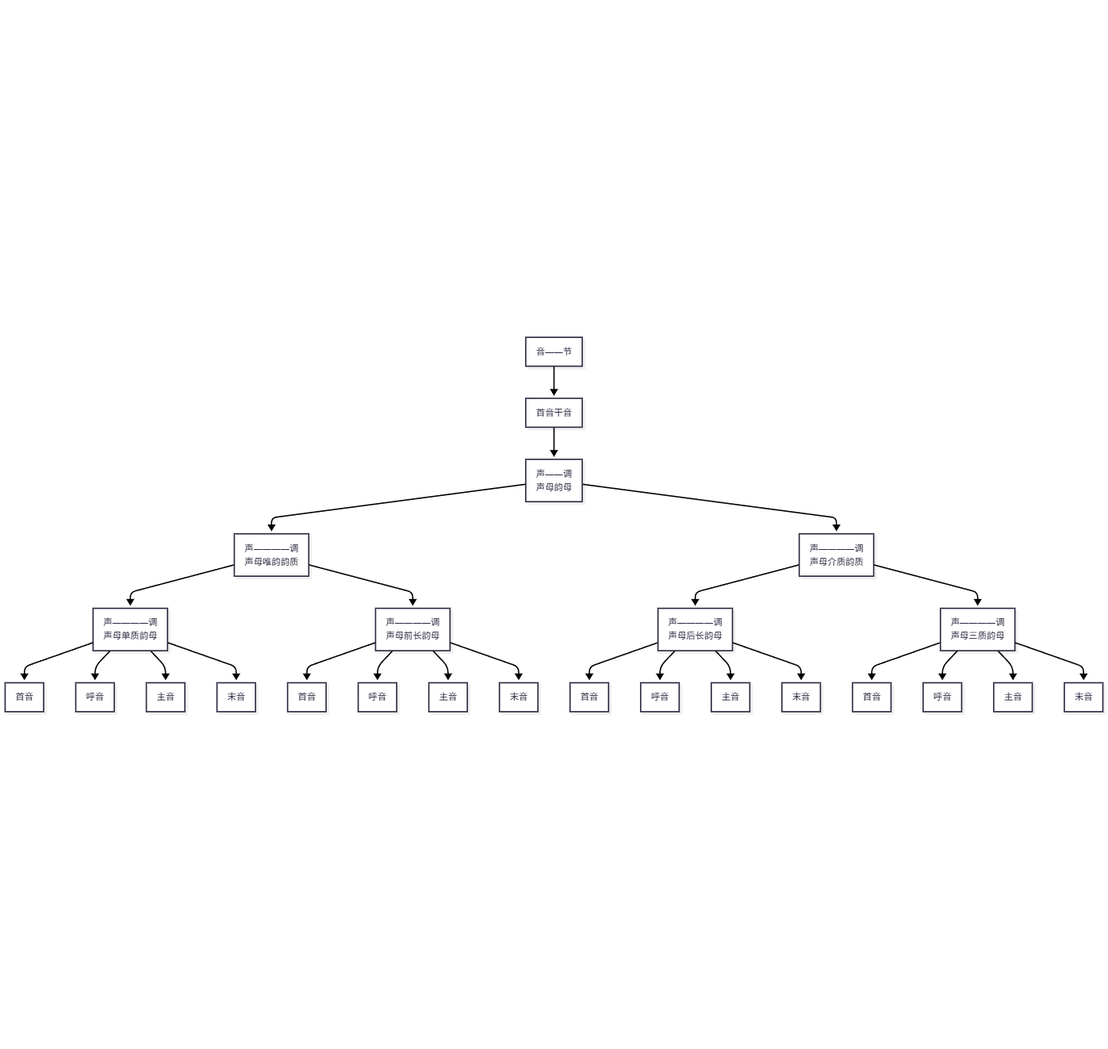
Above: YIME_Theory/flowchart/析音法演变历程.png in tsaanghwang/Yime-prototype (Mermaid), before the change. Its source is kept beside it as YIME_Theory/flowchart/析音法演变历程.mmd.
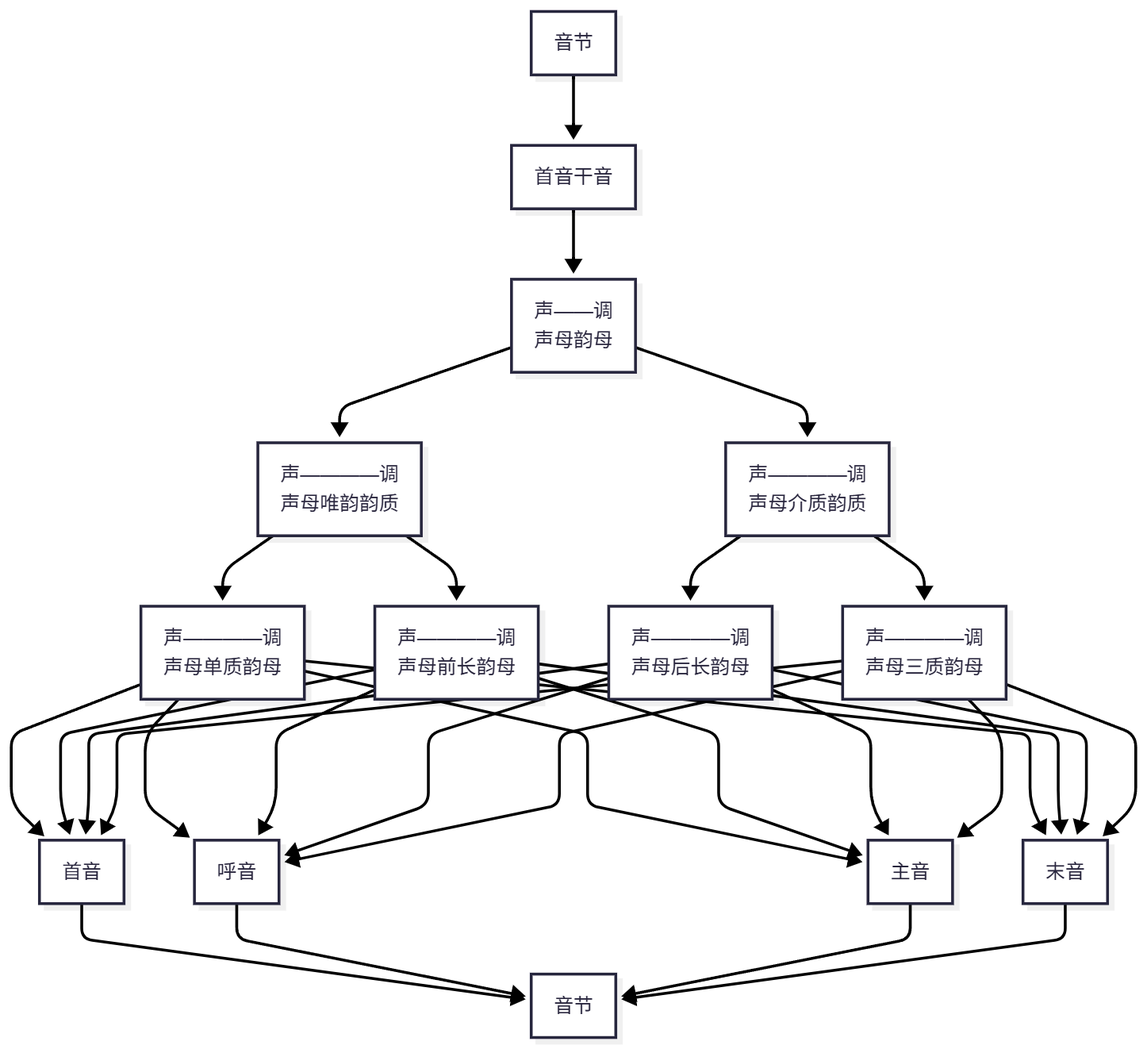
After the change.

Diff of the diagram source:
```diff
@@ -1,5 +1,5 @@
 graph TB
-    A[音——节] --> B[首音干音]
+    A[音节] --> B[首音干音]
     B --> C[声——调<br>声母韵母]
     C --> E[声————调<br>声母唯韵韵质]
     C --> F[声————调<br>声母介质韵质]
@@ -9,19 +9,27 @@
     F --> I[声————调<br>声母后长韵母]
     F --> J[声————调<br>声母三质韵母]
 
-    G --> G1[首音]
-    G --> G2[呼音]
-    G --> G3[主音]
-    G --> G4[末音]
-    H --> H1[首音]
-    H --> H2[呼音]
-    H --> H3[主音]
-    H --> H4[末音]
-    I --> I1[首音]
-    I --> I2[呼音]
-    I --> I3[主音]
-    I --> I4[末音]
-    J --> J1[首音]
-    J --> J2[呼音]
-    J --> J3[主音]
-    J --> J4[末音]
+    G ---> G1[首音]
+    H ---> G1[首音]
+    I ---> G1[首音]
+    J ---> G1[首音]
+
+    G ---> G2[呼音]
+    H ---> G2[呼音]
+    I ---> G2[呼音]
+    J ---> G2[呼音]
+
+    G ---> G3[主音]
+    H ---> G3[主音]
+    I ---> G3[主音]
+    J ---> G3[主音]
+
+    G ---> G4[末音]
+    H ---> G4[末音]
+    I ---> G4[末音]
+    J ---> G4[末音]
+
+G1 --> K[音节]
+G2 --> K[音节]
+G3 --> K[音节]
+G4 --> K[音节]
```
